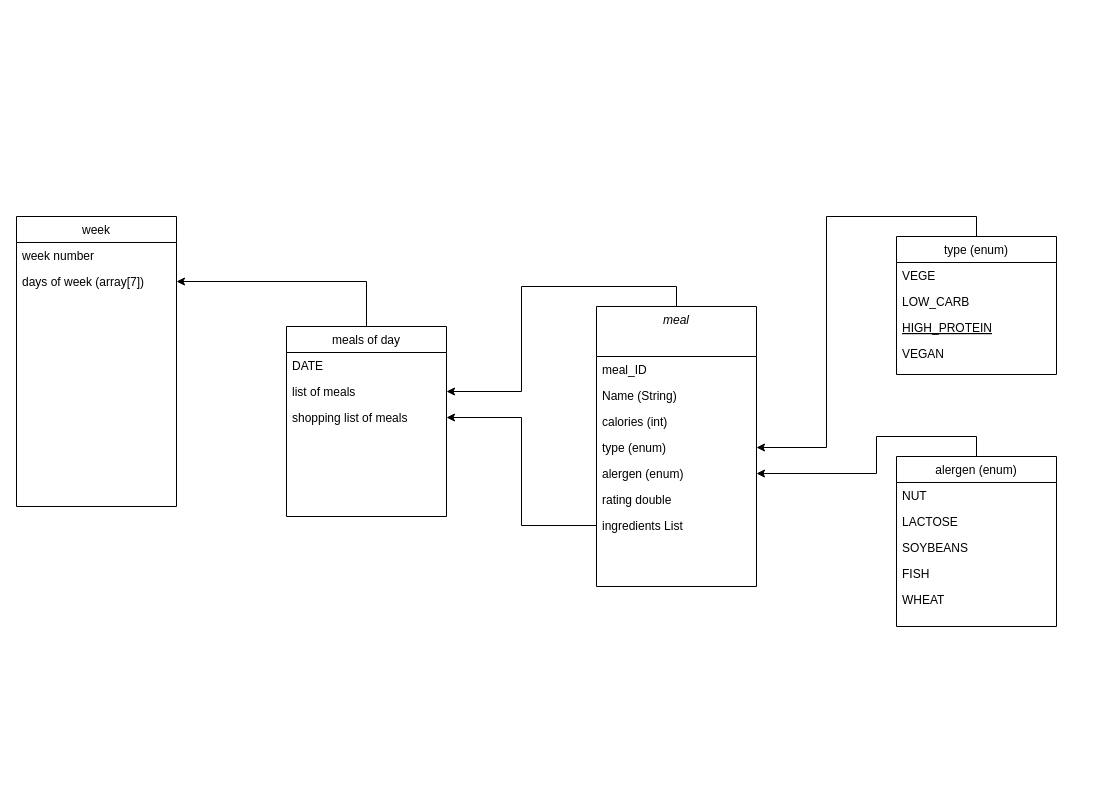
Above: diagram/diagram.drawio in pawel-korniak/Food4Fit (draw.io), before the change. Source tidied: cells renumbered, new cells numbered last; positions are measured from the earlier drawing's top-left corner, leaving out a move shared by most shapes. Both pictures are drawn from the tidied source at 100%, with x=0, y=0 at pixel (16, 216).
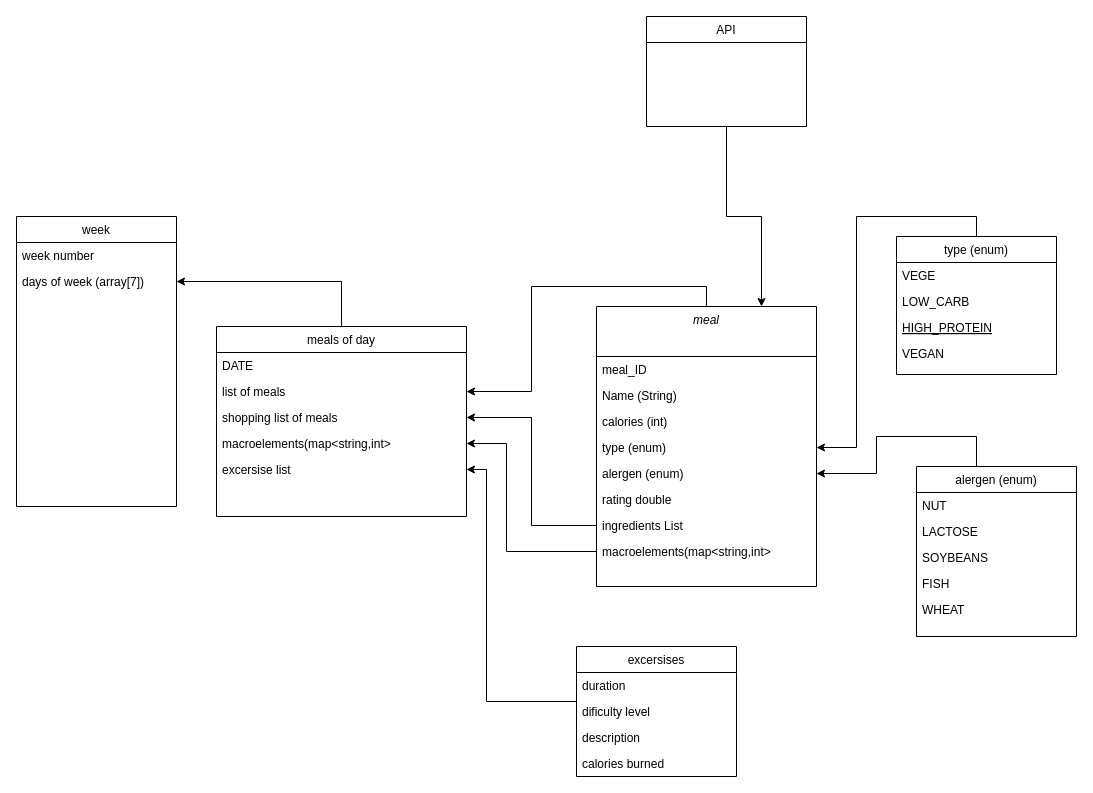
Above is the later version.

The edit, as a diff of the source:
```diff
@@
     <mxCell id="3" value="meal" style="swimlane;fontStyle=2;align=center;verticalAlign=top;horizontal=1;startSize=50;rounded=0;shadow=0;strokeWidth=1;" parent="1" vertex="1">
-      <mxGeometry x="580" y="90" width="160" height="280" as="geometry" />
+      <mxGeometry x="580" y="90" width="220" height="280" as="geometry" />
     </mxCell>
     <mxCell id="4" value="meal_ID" style="text;align=left;verticalAlign=top;spacingLeft=4;spacingRight=4;overflow=hidden;" parent="3" vertex="1">
-      <mxGeometry y="50" width="160" height="26" as="geometry" />
+      <mxGeometry y="50" width="220" height="26" as="geometry" />
     </mxCell>
     <mxCell id="5" value="Name (String)" style="text;align=left;verticalAlign=top;spacingLeft=4;spacingRight=4;overflow=hidden;" parent="3" vertex="1">
-      <mxGeometry y="76" width="160" height="26" as="geometry" />
+      <mxGeometry y="76" width="220" height="26" as="geometry" />
     </mxCell>
     <mxCell id="6" value="calories (int)" style="text;align=left;verticalAlign=top;spacingLeft=4;spacingRight=4;overflow=hidden;rounded=0;shadow=0;html=0;" parent="3" vertex="1">
-      <mxGeometry y="102" width="160" height="26" as="geometry" />
+      <mxGeometry y="102" width="220" height="26" as="geometry" />
     </mxCell>
     <mxCell id="7" value="type (enum)" style="text;align=left;verticalAlign=top;spacingLeft=4;spacingRight=4;overflow=hidden;points=[[0,0.5],[1,0.5]];portConstraint=eastwest;rounded=0;shadow=0;html=0;" parent="3" vertex="1">
-      <mxGeometry y="128" width="160" height="26" as="geometry" />
+      <mxGeometry y="128" width="220" height="26" as="geometry" />
     </mxCell>
     <mxCell id="8" value="alergen (enum)" style="text;align=left;verticalAlign=top;spacingLeft=4;spacingRight=4;overflow=hidden;points=[[0,0.5],[1,0.5]];portConstraint=eastwest;" parent="3" vertex="1">
-      <mxGeometry y="154" width="160" height="26" as="geometry" />
+      <mxGeometry y="154" width="220" height="26" as="geometry" />
     </mxCell>
     <mxCell id="9" value="rating double" style="text;align=left;verticalAlign=top;spacingLeft=4;spacingRight=4;overflow=hidden;" parent="3" vertex="1">
-      <mxGeometry y="180" width="160" height="26" as="geometry" />
+      <mxGeometry y="180" width="220" height="26" as="geometry" />
     </mxCell>
     <mxCell id="10" value="ingredients List" style="text;align=left;verticalAlign=top;spacingLeft=4;spacingRight=4;overflow=hidden;points=[[0,0.5],[1,0.5]];portConstraint=eastwest;" parent="3" vertex="1">
-      <mxGeometry y="206" width="160" height="26" as="geometry" />
+      <mxGeometry y="206" width="220" height="26" as="geometry" />
     </mxCell>
+    <mxCell id="33" value="macroelements(map&lt;string,int&gt;" style="text;align=left;verticalAlign=top;spacingLeft=4;spacingRight=4;overflow=hidden;points=[[0,0.5],[1,0.5]];portConstraint=eastwest;" parent="3" vertex="1">
+      <mxGeometry y="232" width="220" height="26" as="geometry" />
+    </mxCell>
@@
     <mxCell id="17" value="alergen (enum)" style="swimlane;fontStyle=0;align=center;verticalAlign=top;horizontal=1;startSize=26;rounded=0;shadow=0;strokeWidth=1;" parent="1" vertex="1">
-      <mxGeometry x="880" y="240" width="160" height="170" as="geometry" />
+      <mxGeometry x="900" y="250" width="160" height="170" as="geometry" />
     </mxCell>
@@
     <mxCell id="24" value="meals of day" style="swimlane;fontStyle=0;align=center;verticalAlign=top;horizontal=1;startSize=26;rounded=0;shadow=0;strokeWidth=1;" parent="1" vertex="1">
-      <mxGeometry x="270" y="110" width="160" height="190" as="geometry" />
+      <mxGeometry x="200" y="110" width="250" height="190" as="geometry" />
     </mxCell>
     <mxCell id="25" value="DATE" style="text;align=left;verticalAlign=top;spacingLeft=4;spacingRight=4;overflow=hidden;rounded=0;shadow=0;html=0;" parent="24" vertex="1">
-      <mxGeometry y="26" width="160" height="26" as="geometry" />
+      <mxGeometry y="26" width="250" height="26" as="geometry" />
     </mxCell>
     <mxCell id="26" value="list of meals" style="text;align=left;verticalAlign=top;spacingLeft=4;spacingRight=4;overflow=hidden;points=[[0,0.5],[1,0.5]];portConstraint=eastwest;rounded=0;shadow=0;html=0;" parent="24" vertex="1">
-      <mxGeometry y="52" width="160" height="26" as="geometry" />
+      <mxGeometry y="52" width="250" height="26" as="geometry" />
     </mxCell>
     <mxCell id="27" value="shopping list of meals" style="text;align=left;verticalAlign=top;spacingLeft=4;spacingRight=4;overflow=hidden;points=[[0,0.5],[1,0.5]];portConstraint=eastwest;rounded=0;shadow=0;html=0;" parent="24" vertex="1">
-      <mxGeometry y="78" width="160" height="26" as="geometry" />
+      <mxGeometry y="78" width="250" height="26" as="geometry" />
     </mxCell>
+    <mxCell id="34" value="macroelements(map&lt;string,int&gt;" style="text;align=left;verticalAlign=top;spacingLeft=4;spacingRight=4;overflow=hidden;points=[[0,0.5],[1,0.5]];portConstraint=eastwest;" parent="24" vertex="1">
+      <mxGeometry y="104" width="250" height="26" as="geometry" />
+    </mxCell>
+    <mxCell id="35" value="excersise list" style="text;align=left;verticalAlign=top;spacingLeft=4;spacingRight=4;overflow=hidden;points=[[0,0.5],[1,0.5]];portConstraint=eastwest;rounded=0;shadow=0;html=0;" parent="24" vertex="1">
+      <mxGeometry y="130" width="250" height="26" as="geometry" />
+    </mxCell>
@@
+    <mxCell id="36" style="edgeStyle=orthogonalEdgeStyle;rounded=0;jettySize=auto;html=1;entryX=1;entryY=0.5;entryDx=0;entryDy=0;" parent="1" edge="1" source="37" target="35">
+      <mxGeometry relative="1" as="geometry">
+        <Array as="points">
+          <mxPoint x="470" y="485" />
+          <mxPoint x="470" y="253" />
+        </Array>
+      </mxGeometry>
+    </mxCell>
+    <mxCell id="37" value="excersises" style="swimlane;fontStyle=0;align=center;verticalAlign=top;horizontal=1;startSize=26;rounded=0;shadow=0;strokeWidth=1;" parent="1" vertex="1">
+      <mxGeometry x="560" y="430" width="160" height="130" as="geometry" />
+    </mxCell>
+    <mxCell id="38" value="duration" style="text;align=left;verticalAlign=top;spacingLeft=4;spacingRight=4;overflow=hidden;" parent="37" vertex="1">
+      <mxGeometry y="26" width="160" height="26" as="geometry" />
+    </mxCell>
+    <mxCell id="39" value="dificulty level" style="text;align=left;verticalAlign=top;spacingLeft=4;spacingRight=4;overflow=hidden;" parent="37" vertex="1">
+      <mxGeometry y="52" width="160" height="26" as="geometry" />
+    </mxCell>
+    <mxCell id="40" value="description" style="text;align=left;verticalAlign=top;spacingLeft=4;spacingRight=4;overflow=hidden;" parent="37" vertex="1">
+      <mxGeometry y="78" width="160" height="26" as="geometry" />
+    </mxCell>
+    <mxCell id="41" value="calories burned" style="text;align=left;verticalAlign=top;spacingLeft=4;spacingRight=4;overflow=hidden;" parent="37" vertex="1">
+      <mxGeometry y="104" width="160" height="26" as="geometry" />
+    </mxCell>
+    <mxCell id="42" style="edgeStyle=orthogonalEdgeStyle;rounded=0;jettySize=auto;html=1;entryX=0.75;entryY=0;entryDx=0;entryDy=0;" parent="1" edge="1" source="43" target="3">
+      <mxGeometry relative="1" as="geometry" />
+    </mxCell>
+    <mxCell id="43" value="API" style="swimlane;fontStyle=0;align=center;verticalAlign=top;horizontal=1;startSize=26;rounded=0;shadow=0;strokeWidth=1;" parent="1" vertex="1">
+      <mxGeometry x="630" y="-200" width="160" height="110" as="geometry" />
+    </mxCell>
+    <mxCell id="44" style="edgeStyle=orthogonalEdgeStyle;rounded=0;jettySize=auto;html=1;" parent="1" edge="1" source="33" target="34">
+      <mxGeometry relative="1" as="geometry">
+        <Array as="points">
+          <mxPoint x="490" y="335" />
+          <mxPoint x="490" y="227" />
+        </Array>
+      </mxGeometry>
+    </mxCell>
```
